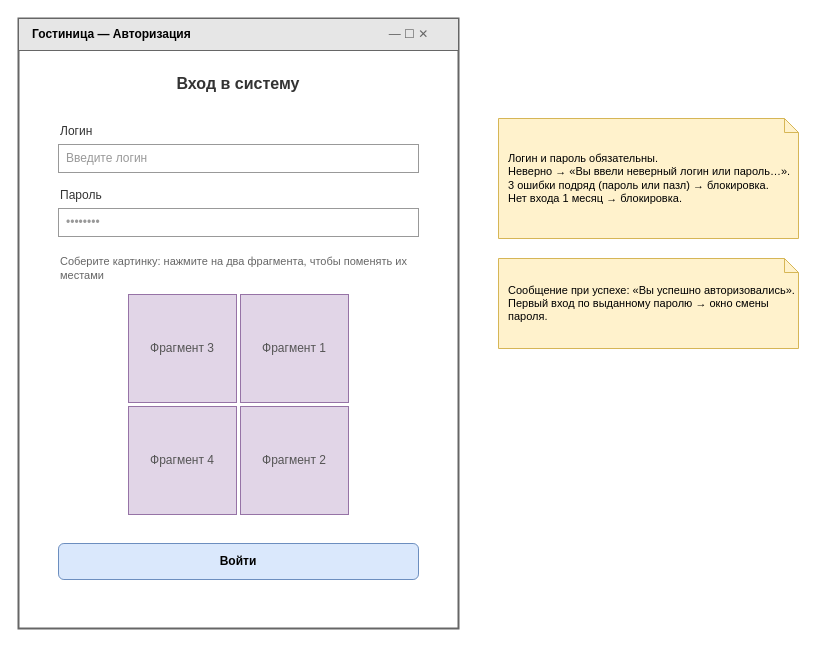
SeQuA11/Demo_DB_Varnakov keeps this draw.io diagram as page "1. Авторизация" (1 of 5) of 02_WireFrame/WireFrame_Hotel.drawio. Above is the earlier version. Source tidied: cells renumbered, new cells numbered last; positions are measured from the earlier drawing's top-left corner, leaving out a move shared by most shapes. Both pictures are drawn from the tidied source at 100%, with x=0, y=0 at pixel (18, 18).
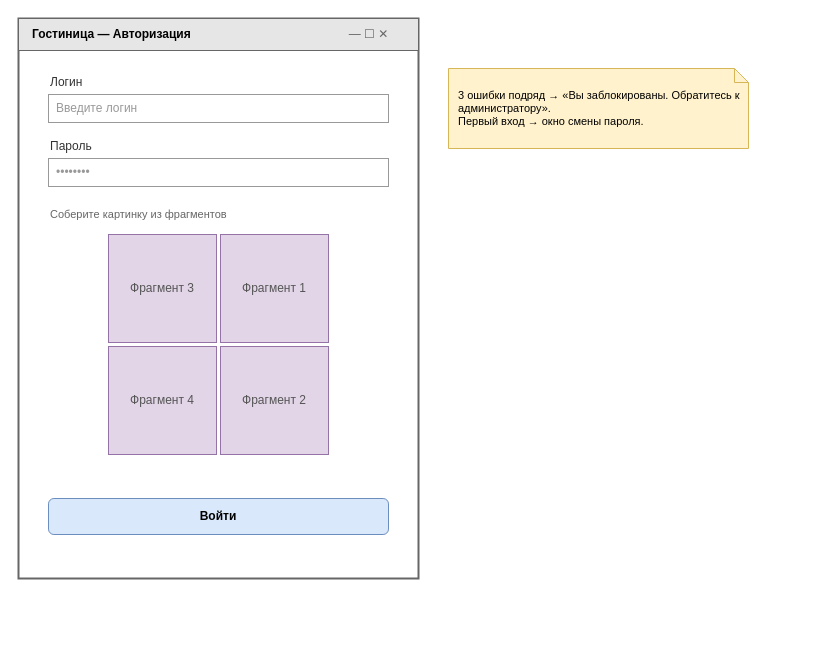
The same page after the edit.

Diff of the diagram source:
```diff
@@
 <mxGraphModel>
   <root>
     <mxCell id="0" />
     <mxCell id="1" parent="0" />
     <mxCell id="2" style="rounded=0;whiteSpace=wrap;html=1;fillColor=#ffffff;strokeColor=#666666;strokeWidth=2;" parent="1" vertex="1">
-      <mxGeometry width="440" height="610" as="geometry" />
+      <mxGeometry width="400" height="560" as="geometry" />
     </mxCell>
     <mxCell id="3" value="Гостиница — Авторизация" style="rounded=0;whiteSpace=wrap;html=1;fillColor=#e6e6e6;strokeColor=#666666;align=left;spacingLeft=12;fontStyle=1;" parent="1" vertex="1">
-      <mxGeometry width="440" height="32" as="geometry" />
+      <mxGeometry width="400" height="32" as="geometry" />
     </mxCell>
     <mxCell id="4" value="—   ☐   ✕" style="text;html=1;align=center;verticalAlign=middle;fontColor=#666666;" parent="1" vertex="1">
-      <mxGeometry x="340" width="100" height="32" as="geometry" />
+      <mxGeometry x="300" width="100" height="32" as="geometry" />
     </mxCell>
-    <mxCell id="5" value="Вход в систему" style="text;html=1;align=center;verticalAlign=middle;whiteSpace=wrap;fontSize=16;fontColor=#333333;fontStyle=1;" parent="1" vertex="1">
-      <mxGeometry x="30" y="50" width="380" height="30" as="geometry" />
+    <mxCell id="5" value="Логин" style="text;html=1;align=left;verticalAlign=middle;whiteSpace=wrap;fontSize=12;fontColor=#333333;" parent="1" vertex="1">
+      <mxGeometry x="30" y="50" width="140" height="28" as="geometry" />
     </mxCell>
-    <mxCell id="6" value="Логин" style="text;html=1;align=left;verticalAlign=middle;whiteSpace=wrap;fontSize=12;fontColor=#333333;" parent="1" vertex="1">
-      <mxGeometry x="40" y="100" width="140" height="26" as="geometry" />
+    <mxCell id="6" value="Введите логин" style="rounded=0;whiteSpace=wrap;html=1;fillColor=#ffffff;strokeColor=#999999;align=left;spacingLeft=6;fontColor=#999999;" parent="1" vertex="1">
+      <mxGeometry x="30" y="76" width="340" height="28" as="geometry" />
     </mxCell>
-    <mxCell id="7" value="Введите логин" style="rounded=0;whiteSpace=wrap;html=1;fillColor=#ffffff;strokeColor=#999999;align=left;spacingLeft=6;fontColor=#999999;" parent="1" vertex="1">
-      <mxGeometry x="40" y="126" width="360" height="28" as="geometry" />
+    <mxCell id="7" value="Пароль" style="text;html=1;align=left;verticalAlign=middle;whiteSpace=wrap;fontSize=12;fontColor=#333333;" parent="1" vertex="1">
+      <mxGeometry x="30" y="114" width="140" height="28" as="geometry" />
     </mxCell>
-    <mxCell id="8" value="Пароль" style="text;html=1;align=left;verticalAlign=middle;whiteSpace=wrap;fontSize=12;fontColor=#333333;" parent="1" vertex="1">
-      <mxGeometry x="40" y="164" width="140" height="26" as="geometry" />
+    <mxCell id="8" value="••••••••" style="rounded=0;whiteSpace=wrap;html=1;fillColor=#ffffff;strokeColor=#999999;align=left;spacingLeft=6;fontColor=#999999;" parent="1" vertex="1">
+      <mxGeometry x="30" y="140" width="340" height="28" as="geometry" />
     </mxCell>
-    <mxCell id="9" value="••••••••" style="rounded=0;whiteSpace=wrap;html=1;fillColor=#ffffff;strokeColor=#999999;align=left;spacingLeft=6;fontColor=#999999;" parent="1" vertex="1">
-      <mxGeometry x="40" y="190" width="360" height="28" as="geometry" />
+    <mxCell id="9" value="Соберите картинку из фрагментов" style="text;html=1;align=left;verticalAlign=middle;whiteSpace=wrap;fontSize=11;fontColor=#666666;" parent="1" vertex="1">
+      <mxGeometry x="30" y="182" width="340" height="28" as="geometry" />
     </mxCell>
-    <mxCell id="10" value="Соберите картинку: нажмите на два фрагмента, чтобы поменять их местами" style="text;html=1;align=left;verticalAlign=middle;whiteSpace=wrap;fontSize=11;fontColor=#666666;" parent="1" vertex="1">
-      <mxGeometry x="40" y="230" width="360" height="40" as="geometry" />
+    <mxCell id="10" value="Фрагмент 3" style="rounded=0;whiteSpace=wrap;html=1;fillColor=#e1d5e7;strokeColor=#9673a6;fontColor=#555555;" parent="1" vertex="1">
+      <mxGeometry x="90" y="216" width="108" height="108" as="geometry" />
     </mxCell>
-    <mxCell id="11" value="Фрагмент 3" style="rounded=0;whiteSpace=wrap;html=1;fillColor=#e1d5e7;strokeColor=#9673a6;fontColor=#555555;" parent="1" vertex="1">
-      <mxGeometry x="110" y="276" width="108" height="108" as="geometry" />
+    <mxCell id="11" value="Фрагмент 1" style="rounded=0;whiteSpace=wrap;html=1;fillColor=#e1d5e7;strokeColor=#9673a6;fontColor=#555555;" parent="1" vertex="1">
+      <mxGeometry x="202" y="216" width="108" height="108" as="geometry" />
     </mxCell>
-    <mxCell id="12" value="Фрагмент 1" style="rounded=0;whiteSpace=wrap;html=1;fillColor=#e1d5e7;strokeColor=#9673a6;fontColor=#555555;" parent="1" vertex="1">
-      <mxGeometry x="222" y="276" width="108" height="108" as="geometry" />
+    <mxCell id="12" value="Фрагмент 4" style="rounded=0;whiteSpace=wrap;html=1;fillColor=#e1d5e7;strokeColor=#9673a6;fontColor=#555555;" parent="1" vertex="1">
+      <mxGeometry x="90" y="328" width="108" height="108" as="geometry" />
     </mxCell>
-    <mxCell id="13" value="Фрагмент 4" style="rounded=0;whiteSpace=wrap;html=1;fillColor=#e1d5e7;strokeColor=#9673a6;fontColor=#555555;" parent="1" vertex="1">
-      <mxGeometry x="110" y="388" width="108" height="108" as="geometry" />
+    <mxCell id="13" value="Фрагмент 2" style="rounded=0;whiteSpace=wrap;html=1;fillColor=#e1d5e7;strokeColor=#9673a6;fontColor=#555555;" parent="1" vertex="1">
+      <mxGeometry x="202" y="328" width="108" height="108" as="geometry" />
     </mxCell>
-    <mxCell id="14" value="Фрагмент 2" style="rounded=0;whiteSpace=wrap;html=1;fillColor=#e1d5e7;strokeColor=#9673a6;fontColor=#555555;" parent="1" vertex="1">
-      <mxGeometry x="222" y="388" width="108" height="108" as="geometry" />
+    <mxCell id="14" value="Войти" style="rounded=1;whiteSpace=wrap;html=1;fillColor=#dae8fc;strokeColor=#6c8ebf;fontStyle=1;" parent="1" vertex="1">
+      <mxGeometry x="30" y="480" width="340" height="36" as="geometry" />
     </mxCell>
-    <mxCell id="15" value="Войти" style="rounded=1;whiteSpace=wrap;html=1;fillColor=#dae8fc;strokeColor=#6c8ebf;fontStyle=1;" parent="1" vertex="1">
-      <mxGeometry x="40" y="525" width="360" height="36" as="geometry" />
+    <mxCell id="15" value="3 ошибки подряд → «Вы заблокированы. Обратитесь к администратору».&lt;br&gt;Первый вход → окно смены пароля." style="shape=note;whiteSpace=wrap;html=1;size=14;fillColor=#fff2cc;strokeColor=#d6b656;align=left;spacingLeft=8;fontSize=11;" parent="1" vertex="1">
+      <mxGeometry x="430" y="50" width="300" height="80" as="geometry" />
     </mxCell>
-    <mxCell id="16" value="Логин и пароль обязательны.&lt;br&gt;Неверно → «Вы ввели неверный логин или пароль…».&lt;br&gt;3 ошибки подряд (пароль или пазл) → блокировка.&lt;br&gt;Нет входа 1 месяц → блокировка." style="shape=note;whiteSpace=wrap;html=1;backgroundOutline=1;size=14;fillColor=#fff2cc;strokeColor=#d6b656;align=left;spacingLeft=8;fontSize=11;" parent="1" vertex="1">
-      <mxGeometry x="480" y="100" width="300" height="120" as="geometry" />
-    </mxCell>
-    <mxCell id="17" value="Сообщение при успехе: «Вы успешно авторизовались».&lt;br&gt;Первый вход по выданному паролю → окно смены пароля." style="shape=note;whiteSpace=wrap;html=1;backgroundOutline=1;size=14;fillColor=#fff2cc;strokeColor=#d6b656;align=left;spacingLeft=8;fontSize=11;" parent="1" vertex="1">
-      <mxGeometry x="480" y="240" width="300" height="90" as="geometry" />
-    </mxCell>
   </root>
 </mxGraphModel>
```
